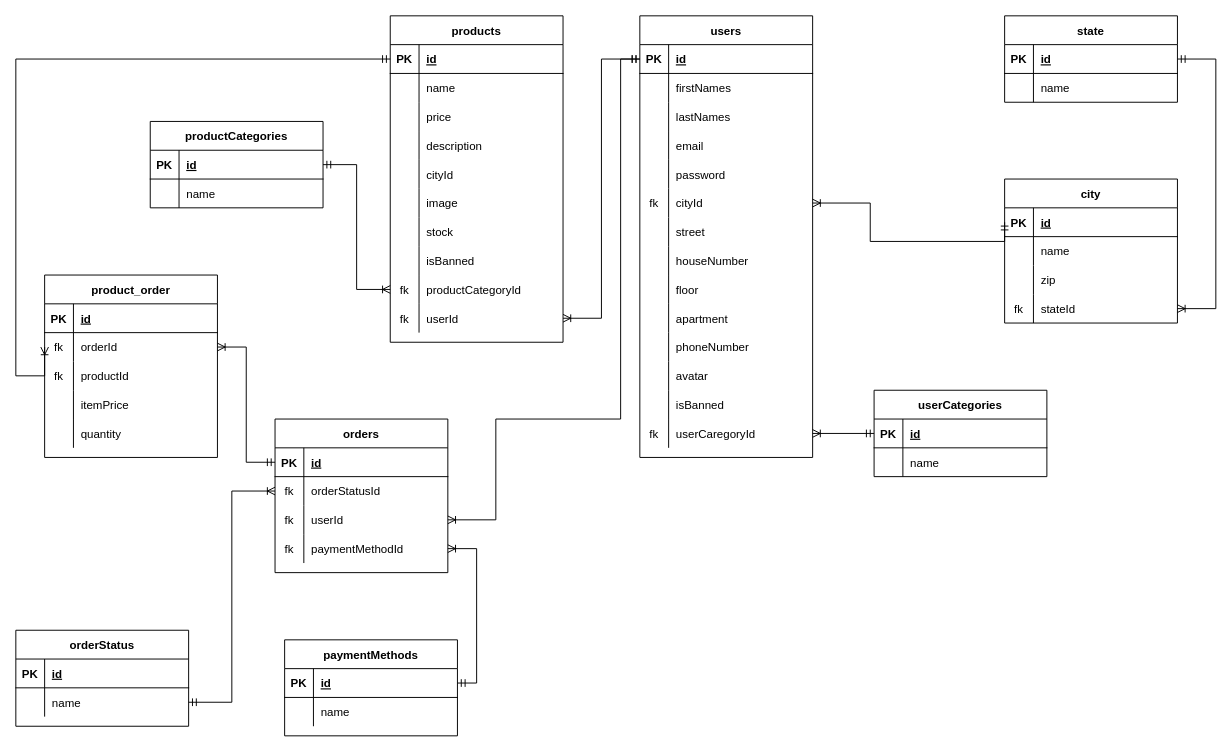
Above: data/diagrama.drawio in 0920CDFSNCN27ARED/grupo-04 (draw.io), before the change. Source tidied: cells renumbered, new cells numbered last; positions are measured from the earlier drawing's top-left corner, leaving out a move shared by most shapes. Both pictures are drawn from the tidied source at 96%, with x=0, y=0 at pixel (15, 15).
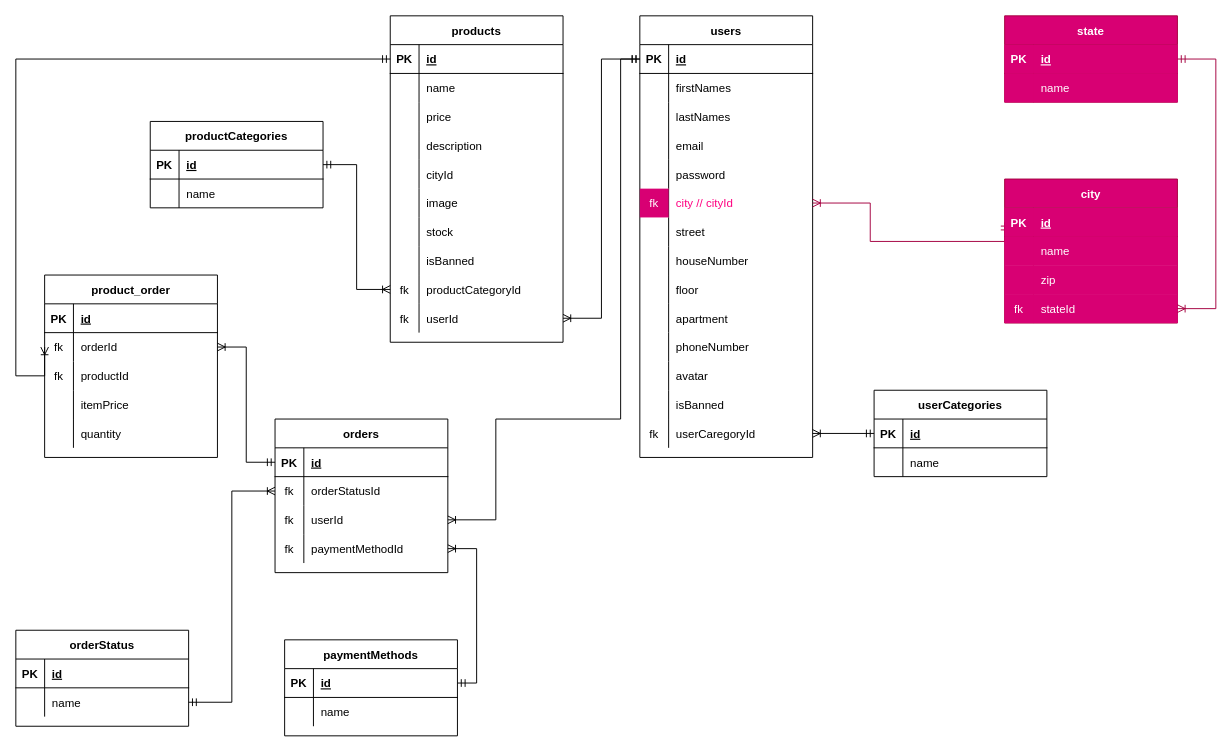
The same page after the edit.

The change refers to these unchanged cells:
```xml
<mxCell id="18" style="shape=partialRectangle;fillColor=none;top=0;left=0;bottom=0;right=0;" parent="2" vertex="1">
  <mxGeometry y="180" width="180" height="30" as="geometry" />
</mxCell>
```

Diff of the diagram source:
```diff
@@
-    <mxCell id="19" value="fk" style="shape=partialRectangle;fillColor=none;top=0;left=0;bottom=0;right=0;overflow=hidden;" parent="18" vertex="1">
+    <mxCell id="19" value="fk" style="shape=partialRectangle;fillColor=#d80073;top=0;left=0;bottom=0;right=0;overflow=hidden;strokeColor=#A50040;fontColor=#ffffff;" parent="18" vertex="1">
       <mxGeometry width="30" height="30" as="geometry" />
     </mxCell>
-    <mxCell id="20" value="cityId" style="shape=partialRectangle;fillColor=none;top=0;left=0;bottom=0;right=0;align=left;spacingLeft=6;overflow=hidden;" parent="18" vertex="1">
+    <mxCell id="20" value="city // cityId" style="shape=partialRectangle;fillColor=none;top=0;left=0;bottom=0;right=0;align=left;spacingLeft=6;overflow=hidden;fontColor=#FF0080;" parent="18" vertex="1">
       <mxGeometry x="30" width="150" height="30" as="geometry" />
     </mxCell>
@@
-    <mxCell id="141" style="edgeStyle=orthogonalEdgeStyle;rounded=0;jettySize=auto;html=1;entryX=0;entryY=0.5;entryDx=0;entryDy=0;startArrow=ERoneToMany;startFill=0;endArrow=ERmandOne;endFill=0;" parent="1" edge="1" target="143">
+    <mxCell id="141" style="edgeStyle=orthogonalEdgeStyle;rounded=0;jettySize=auto;html=1;entryX=0;entryY=0.5;entryDx=0;entryDy=0;startArrow=ERoneToMany;startFill=0;endArrow=ERmandOne;endFill=0;fillColor=#d80073;strokeColor=#A50040;" parent="1" edge="1" target="143">
       <mxGeometry relative="1" as="geometry">
         <mxPoint x="830" y="195" as="sourcePoint" />
         <Array as="points">
           <mxPoint x="890" y="195" />
           <mxPoint x="890" y="235" />
         </Array>
       </mxGeometry>
     </mxCell>
-    <mxCell id="142" value="city" style="shape=table;startSize=30;childLayout=tableLayout;rowLines=0;fontStyle=1;align=center;" parent="1" vertex="1">
+    <mxCell id="142" value="city" style="shape=table;startSize=30;childLayout=tableLayout;rowLines=0;fontStyle=1;align=center;fillColor=#d80073;strokeColor=#A50040;fontColor=#ffffff;" parent="1" vertex="1">
       <mxGeometry x="1030" y="170" width="180" height="150" as="geometry" />
     </mxCell>
-    <mxCell id="143" style="shape=partialRectangle;fillColor=none;top=0;left=0;bottom=1;right=0;points=[[0,0.5],[1,0.5]];portConstraint=eastwest;" parent="142" vertex="1">
+    <mxCell id="143" style="shape=partialRectangle;fillColor=#d80073;top=0;left=0;bottom=1;right=0;points=[[0,0.5],[1,0.5]];portConstraint=eastwest;strokeColor=#A50040;fontColor=#ffffff;" parent="142" vertex="1">
       <mxGeometry y="30" width="180" height="30" as="geometry" />
     </mxCell>
-    <mxCell id="144" value="PK" style="shape=partialRectangle;fillColor=none;top=0;left=0;bottom=0;right=0;fontStyle=1;overflow=hidden;" parent="143" vertex="1">
+    <mxCell id="144" value="PK" style="shape=partialRectangle;fillColor=#d80073;top=0;left=0;bottom=0;right=0;fontStyle=1;overflow=hidden;strokeColor=#A50040;fontColor=#ffffff;" parent="143" vertex="1">
       <mxGeometry width="30" height="30" as="geometry" />
     </mxCell>
-    <mxCell id="145" value="id" style="shape=partialRectangle;fillColor=none;top=0;left=0;bottom=0;right=0;align=left;spacingLeft=6;fontStyle=5;overflow=hidden;" parent="143" vertex="1">
+    <mxCell id="145" value="id" style="shape=partialRectangle;fillColor=#d80073;top=0;left=0;bottom=0;right=0;align=left;spacingLeft=6;fontStyle=5;overflow=hidden;strokeColor=#A50040;fontColor=#ffffff;" parent="143" vertex="1">
       <mxGeometry x="30" width="150" height="30" as="geometry" />
     </mxCell>
-    <mxCell id="146" style="shape=partialRectangle;fillColor=none;top=0;left=0;bottom=0;right=0;" parent="142" vertex="1">
+    <mxCell id="146" style="shape=partialRectangle;fillColor=#d80073;top=0;left=0;bottom=0;right=0;strokeColor=#A50040;fontColor=#ffffff;" parent="142" vertex="1">
       <mxGeometry y="60" width="180" height="30" as="geometry" />
     </mxCell>
-    <mxCell id="147" style="shape=partialRectangle;fillColor=none;top=0;left=0;bottom=0;right=0;overflow=hidden;" parent="146" vertex="1">
+    <mxCell id="147" style="shape=partialRectangle;fillColor=#d80073;top=0;left=0;bottom=0;right=0;overflow=hidden;strokeColor=#A50040;fontColor=#ffffff;" parent="146" vertex="1">
       <mxGeometry width="30" height="30" as="geometry" />
     </mxCell>
-    <mxCell id="148" value="name" style="shape=partialRectangle;fillColor=none;top=0;left=0;bottom=0;right=0;align=left;spacingLeft=6;overflow=hidden;" parent="146" vertex="1">
+    <mxCell id="148" value="name" style="shape=partialRectangle;fillColor=#d80073;top=0;left=0;bottom=0;right=0;align=left;spacingLeft=6;overflow=hidden;strokeColor=#A50040;fontColor=#ffffff;" parent="146" vertex="1">
       <mxGeometry x="30" width="150" height="30" as="geometry" />
     </mxCell>
-    <mxCell id="149" style="shape=partialRectangle;fillColor=none;top=0;left=0;bottom=0;right=0;" parent="142" vertex="1">
+    <mxCell id="149" style="shape=partialRectangle;fillColor=#d80073;top=0;left=0;bottom=0;right=0;strokeColor=#A50040;fontColor=#ffffff;" parent="142" vertex="1">
       <mxGeometry y="90" width="180" height="30" as="geometry" />
     </mxCell>
-    <mxCell id="150" style="shape=partialRectangle;fillColor=none;top=0;left=0;bottom=0;right=0;overflow=hidden;" parent="149" vertex="1">
+    <mxCell id="150" style="shape=partialRectangle;fillColor=#d80073;top=0;left=0;bottom=0;right=0;overflow=hidden;strokeColor=#A50040;fontColor=#ffffff;" parent="149" vertex="1">
       <mxGeometry width="30" height="30" as="geometry" />
     </mxCell>
-    <mxCell id="151" value="zip" style="shape=partialRectangle;fillColor=none;top=0;left=0;bottom=0;right=0;align=left;spacingLeft=6;overflow=hidden;" parent="149" vertex="1">
+    <mxCell id="151" value="zip" style="shape=partialRectangle;fillColor=#d80073;top=0;left=0;bottom=0;right=0;align=left;spacingLeft=6;overflow=hidden;strokeColor=#A50040;fontColor=#ffffff;" parent="149" vertex="1">
       <mxGeometry x="30" width="150" height="30" as="geometry" />
     </mxCell>
-    <mxCell id="152" style="shape=partialRectangle;fillColor=none;top=0;left=0;bottom=0;right=0;points=[[0,0.5],[1,0.5]];portConstraint=eastwest;" parent="142" vertex="1">
+    <mxCell id="152" style="shape=partialRectangle;fillColor=#d80073;top=0;left=0;bottom=0;right=0;points=[[0,0.5],[1,0.5]];portConstraint=eastwest;strokeColor=#A50040;fontColor=#ffffff;" parent="142" vertex="1">
       <mxGeometry y="120" width="180" height="30" as="geometry" />
     </mxCell>
-    <mxCell id="153" value="fk" style="shape=partialRectangle;fillColor=none;top=0;left=0;bottom=0;right=0;overflow=hidden;" parent="152" vertex="1">
+    <mxCell id="153" value="fk" style="shape=partialRectangle;fillColor=#d80073;top=0;left=0;bottom=0;right=0;overflow=hidden;strokeColor=#A50040;fontColor=#ffffff;" parent="152" vertex="1">
       <mxGeometry width="30" height="30" as="geometry" />
     </mxCell>
-    <mxCell id="154" value="stateId" style="shape=partialRectangle;fillColor=none;top=0;left=0;bottom=0;right=0;align=left;spacingLeft=6;overflow=hidden;" parent="152" vertex="1">
+    <mxCell id="154" value="stateId" style="shape=partialRectangle;fillColor=#d80073;top=0;left=0;bottom=0;right=0;align=left;spacingLeft=6;overflow=hidden;strokeColor=#A50040;fontColor=#ffffff;" parent="152" vertex="1">
       <mxGeometry x="30" width="150" height="30" as="geometry" />
     </mxCell>
-    <mxCell id="155" value="state" style="shape=table;startSize=30;childLayout=tableLayout;rowLines=0;fontStyle=1;align=center;" parent="1" vertex="1">
+    <mxCell id="155" value="state" style="shape=table;startSize=30;childLayout=tableLayout;rowLines=0;fontStyle=1;align=center;fillColor=#d80073;strokeColor=#A50040;fontColor=#ffffff;" parent="1" vertex="1">
       <mxGeometry x="1030" width="180" height="90" as="geometry" />
     </mxCell>
-    <mxCell id="156" style="shape=partialRectangle;fillColor=none;top=0;left=0;bottom=1;right=0;points=[[0,0.5],[1,0.5]];portConstraint=eastwest;" parent="155" vertex="1">
+    <mxCell id="156" style="shape=partialRectangle;fillColor=#d80073;top=0;left=0;bottom=1;right=0;points=[[0,0.5],[1,0.5]];portConstraint=eastwest;strokeColor=#A50040;fontColor=#ffffff;" parent="155" vertex="1">
       <mxGeometry y="30" width="180" height="30" as="geometry" />
     </mxCell>
-    <mxCell id="157" value="PK" style="shape=partialRectangle;fillColor=none;top=0;left=0;bottom=0;right=0;fontStyle=1;overflow=hidden;" parent="156" vertex="1">
+    <mxCell id="157" value="PK" style="shape=partialRectangle;fillColor=#d80073;top=0;left=0;bottom=0;right=0;fontStyle=1;overflow=hidden;strokeColor=#A50040;fontColor=#ffffff;" parent="156" vertex="1">
       <mxGeometry width="30" height="30" as="geometry" />
     </mxCell>
-    <mxCell id="158" value="id" style="shape=partialRectangle;fillColor=none;top=0;left=0;bottom=0;right=0;align=left;spacingLeft=6;fontStyle=5;overflow=hidden;" parent="156" vertex="1">
+    <mxCell id="158" value="id" style="shape=partialRectangle;fillColor=#d80073;top=0;left=0;bottom=0;right=0;align=left;spacingLeft=6;fontStyle=5;overflow=hidden;strokeColor=#A50040;fontColor=#ffffff;" parent="156" vertex="1">
       <mxGeometry x="30" width="150" height="30" as="geometry" />
     </mxCell>
-    <mxCell id="159" style="shape=partialRectangle;fillColor=none;top=0;left=0;bottom=0;right=0;" parent="155" vertex="1">
+    <mxCell id="159" style="shape=partialRectangle;fillColor=#d80073;top=0;left=0;bottom=0;right=0;strokeColor=#A50040;fontColor=#ffffff;" parent="155" vertex="1">
       <mxGeometry y="60" width="180" height="30" as="geometry" />
     </mxCell>
-    <mxCell id="160" style="shape=partialRectangle;fillColor=none;top=0;left=0;bottom=0;right=0;overflow=hidden;" parent="159" vertex="1">
+    <mxCell id="160" style="shape=partialRectangle;fillColor=#d80073;top=0;left=0;bottom=0;right=0;overflow=hidden;strokeColor=#A50040;fontColor=#ffffff;" parent="159" vertex="1">
       <mxGeometry width="30" height="30" as="geometry" />
     </mxCell>
-    <mxCell id="161" value="name" style="shape=partialRectangle;fillColor=none;top=0;left=0;bottom=0;right=0;align=left;spacingLeft=6;overflow=hidden;" parent="159" vertex="1">
+    <mxCell id="161" value="name" style="shape=partialRectangle;fillColor=#d80073;top=0;left=0;bottom=0;right=0;align=left;spacingLeft=6;overflow=hidden;strokeColor=#A50040;fontColor=#ffffff;" parent="159" vertex="1">
       <mxGeometry x="30" width="150" height="30" as="geometry" />
     </mxCell>
-    <mxCell id="162" style="edgeStyle=orthogonalEdgeStyle;rounded=0;jettySize=auto;html=1;entryX=1;entryY=0.5;entryDx=0;entryDy=0;startArrow=ERoneToMany;startFill=0;endArrow=ERmandOne;endFill=0;" parent="1" edge="1" source="152" target="156">
+    <mxCell id="162" style="edgeStyle=orthogonalEdgeStyle;rounded=0;jettySize=auto;html=1;entryX=1;entryY=0.5;entryDx=0;entryDy=0;startArrow=ERoneToMany;startFill=0;endArrow=ERmandOne;endFill=0;fillColor=#d80073;strokeColor=#A50040;" parent="1" edge="1" source="152" target="156">
       <mxGeometry relative="1" as="geometry">
         <Array as="points">
           <mxPoint x="1250" y="305" />
           <mxPoint x="1250" y="45" />
         </Array>
       </mxGeometry>
     </mxCell>
```
